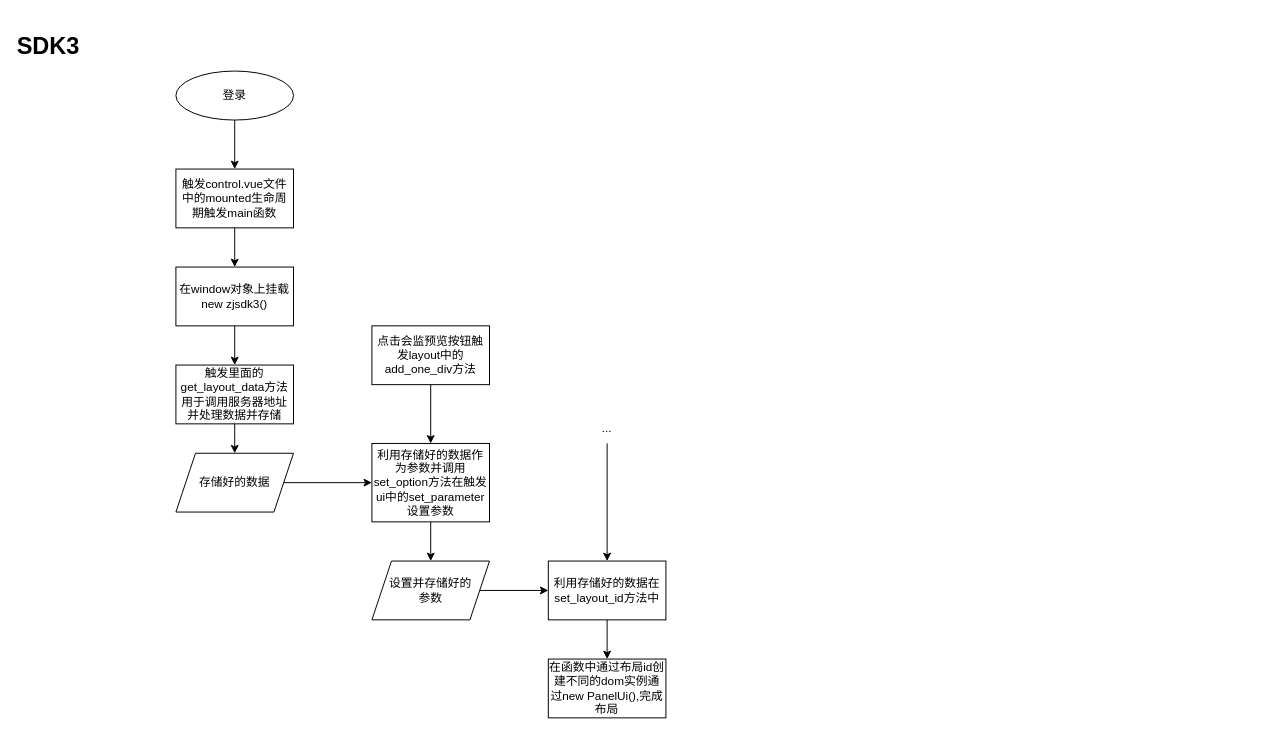
This is page "sdk3" (2 of 2) of 未命名绘图.drawio from liuyifeng123321/arrayRemove, a draw.io file, before an edit. Source tidied: cells renumbered, new cells numbered last; positions are measured from the earlier drawing's top-left corner, leaving out a move shared by most shapes. Both pictures are drawn from the tidied source at 98%, with x=0, y=0 at pixel (19, 31).
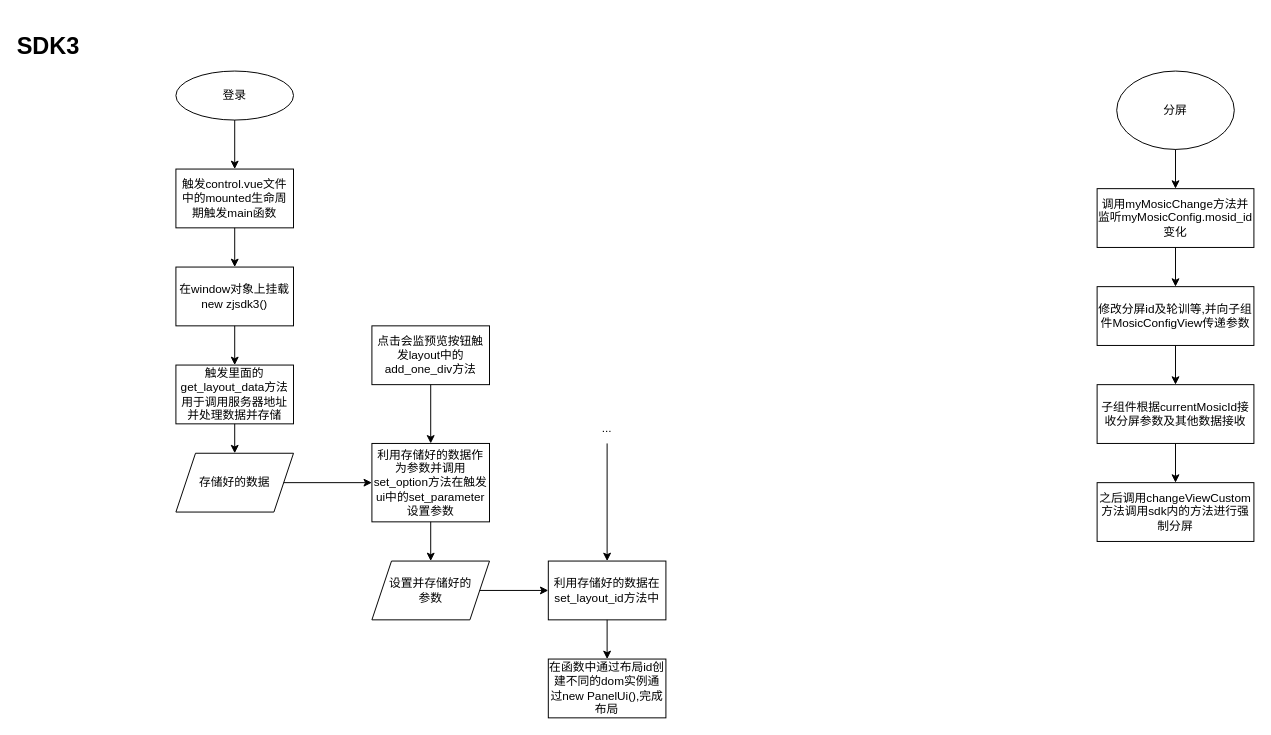
The same page after the edit.

Commit message:
更新未命名绘图.drawio

Diff of the diagram source:
```diff
@@
+    <mxCell id="24" value="分屏" style="ellipse;whiteSpace=wrap;html=1;" parent="1" vertex="1">
+      <mxGeometry x="1120" y="40" width="120" height="80" as="geometry" />
+    </mxCell>
+    <mxCell id="25" value="调用myMosicChange方法并监听myMosicConfig.mosid_id&lt;br&gt;变化" style="rounded=0;whiteSpace=wrap;html=1;" parent="1" vertex="1">
+      <mxGeometry x="1100" y="160" width="160" height="60" as="geometry" />
+    </mxCell>
+    <mxCell id="26" style="edgeStyle=orthogonalEdgeStyle;rounded=0;jettySize=auto;html=1;entryX=0.5;entryY=0;entryDx=0;entryDy=0;" parent="1" edge="1" source="27" target="29">
+      <mxGeometry relative="1" as="geometry" />
+    </mxCell>
+    <mxCell id="27" value="修改分屏id及轮训等,并向子组件MosicConfigView传递参数" style="rounded=0;whiteSpace=wrap;html=1;" parent="1" vertex="1">
+      <mxGeometry x="1100" y="260" width="160" height="60" as="geometry" />
+    </mxCell>
+    <mxCell id="28" style="edgeStyle=orthogonalEdgeStyle;rounded=0;jettySize=auto;html=1;entryX=0.5;entryY=0;entryDx=0;entryDy=0;" parent="1" edge="1" source="29" target="30">
+      <mxGeometry relative="1" as="geometry" />
+    </mxCell>
+    <mxCell id="29" value="子组件根据currentMosicId接收分屏参数及其他数据接收" style="rounded=0;whiteSpace=wrap;html=1;" parent="1" vertex="1">
+      <mxGeometry x="1100" y="360" width="160" height="60" as="geometry" />
+    </mxCell>
+    <mxCell id="30" value="之后调用changeViewCustom方法调用sdk内的方法进行强制分屏" style="rounded=0;whiteSpace=wrap;html=1;" parent="1" vertex="1">
+      <mxGeometry x="1100" y="460" width="160" height="60" as="geometry" />
+    </mxCell>
+    <mxCell id="31" style="endArrow=classic;html=1;rounded=0;exitX=0.5;exitY=1;exitDx=0;exitDy=0;" parent="1" edge="1" source="24" target="25">
+      <mxGeometry relative="1" as="geometry" />
+    </mxCell>
+    <mxCell id="32" style="endArrow=classic;html=1;rounded=0;exitX=0.5;exitY=1;exitDx=0;exitDy=0;entryX=0.5;entryY=0;entryDx=0;entryDy=0;" parent="1" edge="1" source="25" target="27">
+      <mxGeometry relative="1" as="geometry" />
+    </mxCell>
```
